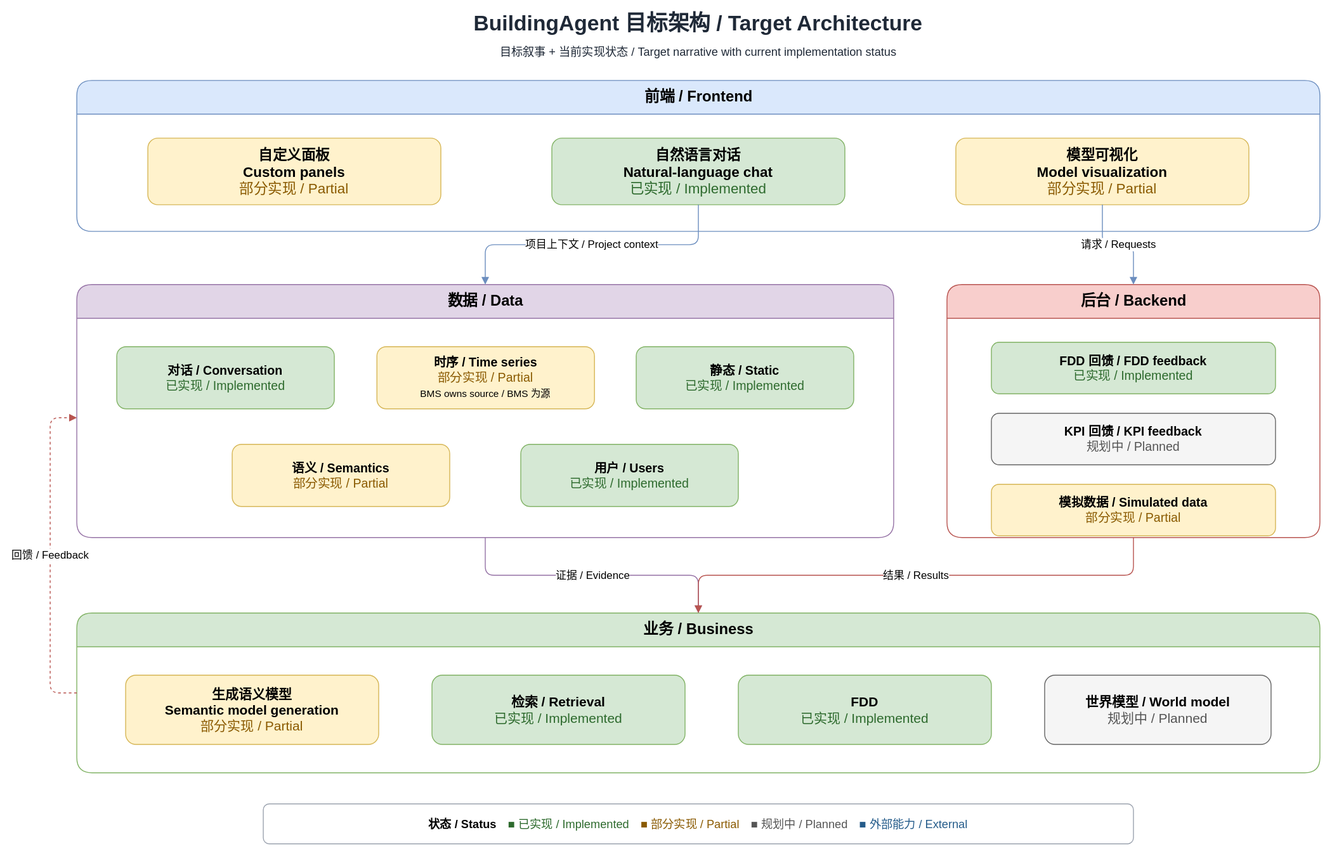
Above: docs/assets/diagrams/target-architecture.drawio.svg in LiMingchen159/BuildingAgent (draw.io), before the change. Source tidied: cells renumbered, new cells last; positions are measured from the earlier drawing's top-left corner, leaving out a move shared by most shapes.
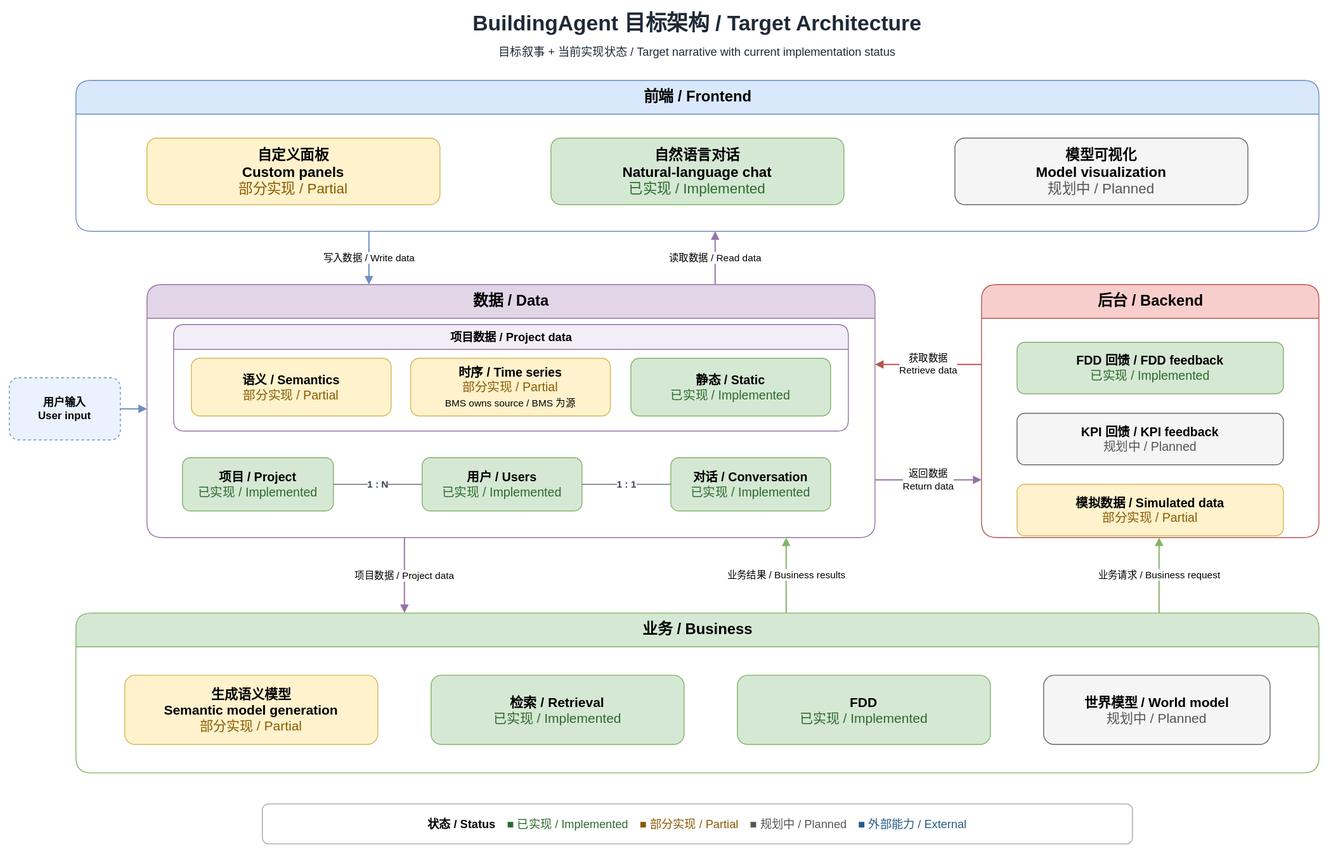
The same diagram one commit later.

Commit message:
docs(architecture): align target architecture flows

Diff of the diagram source:
```diff
@@ -14,38 +14,53 @@
     <mxCell id="5" value="&lt;b&gt;自然语言对话&lt;br&gt;Natural-language chat&lt;/b&gt;&lt;br&gt;&lt;font color=&quot;#2d6a2d&quot;&gt;已实现 / Implemented&lt;/font&gt;" style="rounded=1;whiteSpace=wrap;html=1;fillColor=#d5e8d4;strokeColor=#82b366;fontSize=16;" parent="1" vertex="1">
       <mxGeometry x="565" y="145" width="330" height="75" as="geometry" />
     </mxCell>
-    <mxCell id="6" value="&lt;b&gt;模型可视化&lt;br&gt;Model visualization&lt;/b&gt;&lt;br&gt;&lt;font color=&quot;#8a5a00&quot;&gt;部分实现 / Partial&lt;/font&gt;" style="rounded=1;whiteSpace=wrap;html=1;fillColor=#fff2cc;strokeColor=#d6b656;fontSize=16;" parent="1" vertex="1">
+    <mxCell id="6" value="&lt;b&gt;模型可视化&lt;br&gt;Model visualization&lt;/b&gt;&lt;br&gt;&lt;font color=&quot;#555555&quot;&gt;规划中 / Planned&lt;/font&gt;" style="rounded=1;whiteSpace=wrap;html=1;fillColor=#f5f5f5;strokeColor=#666666;fontSize=16;" parent="1" vertex="1">
       <mxGeometry x="1020" y="145" width="330" height="75" as="geometry" />
     </mxCell>
     <mxCell id="7" value="&lt;b&gt;数据 / Data&lt;/b&gt;" style="swimlane;html=1;rounded=1;startSize=38;horizontal=1;fillColor=#e1d5e7;strokeColor=#9673a6;fontSize=17;fontStyle=1;" parent="1" vertex="1">
-      <mxGeometry x="30" y="310" width="920" height="285" as="geometry" />
+      <mxGeometry x="110" y="310" width="820" height="285" as="geometry" />
     </mxCell>
-    <mxCell id="8" value="&lt;b&gt;对话 / Conversation&lt;/b&gt;&lt;br&gt;&lt;font color=&quot;#2d6a2d&quot;&gt;已实现 / Implemented&lt;/font&gt;" style="rounded=1;whiteSpace=wrap;html=1;fillColor=#d5e8d4;strokeColor=#82b366;fontSize=14;" parent="1" vertex="1">
-      <mxGeometry x="75" y="380" width="245" height="70" as="geometry" />
-    </mxCell>
+    <mxCell id="28" value="&lt;b&gt;项目数据 / Project data&lt;/b&gt;" style="swimlane;html=1;rounded=1;startSize=28;horizontal=1;fillColor=#f3edf7;strokeColor=#9673a6;fontSize=13;fontStyle=1;" parent="7" vertex="1">
+      <mxGeometry x="30" y="45" width="760" height="120" as="geometry" />
+    </mxCell>
+    <mxCell id="11" value="&lt;b&gt;语义 / Semantics&lt;/b&gt;&lt;br&gt;&lt;font color=&quot;#8a5a00&quot;&gt;部分实现 / Partial&lt;/font&gt;" style="rounded=1;whiteSpace=wrap;html=1;fillColor=#fff2cc;strokeColor=#d6b656;fontSize=14;" parent="28" vertex="1">
+      <mxGeometry x="20" y="38" width="225" height="65" as="geometry" />
+    </mxCell>
-    <mxCell id="9" value="&lt;b&gt;时序 / Time series&lt;/b&gt;&lt;br&gt;&lt;font color=&quot;#8a5a00&quot;&gt;部分实现 / Partial&lt;/font&gt;&lt;br&gt;&lt;font style=&quot;font-size:11px&quot;&gt;BMS owns source / BMS 为源&lt;/font&gt;" style="rounded=1;whiteSpace=wrap;html=1;fillColor=#fff2cc;strokeColor=#d6b656;fontSize=14;" parent="1" vertex="1">
-      <mxGeometry x="368" y="380" width="245" height="70" as="geometry" />
+    <mxCell id="9" value="&lt;b&gt;时序 / Time series&lt;/b&gt;&lt;br&gt;&lt;font color=&quot;#8a5a00&quot;&gt;部分实现 / Partial&lt;/font&gt;&lt;br&gt;&lt;font style=&quot;font-size:11px&quot;&gt;BMS owns source / BMS 为源&lt;/font&gt;" style="rounded=1;whiteSpace=wrap;html=1;fillColor=#fff2cc;strokeColor=#d6b656;fontSize=14;" parent="28" vertex="1">
+      <mxGeometry x="267" y="38" width="225" height="65" as="geometry" />
     </mxCell>
-    <mxCell id="10" value="&lt;b&gt;静态 / Static&lt;/b&gt;&lt;br&gt;&lt;font color=&quot;#2d6a2d&quot;&gt;已实现 / Implemented&lt;/font&gt;" style="rounded=1;whiteSpace=wrap;html=1;fillColor=#d5e8d4;strokeColor=#82b366;fontSize=14;" parent="1" vertex="1">
-      <mxGeometry x="660" y="380" width="245" height="70" as="geometry" />
+    <mxCell id="10" value="&lt;b&gt;静态 / Static&lt;/b&gt;&lt;br&gt;&lt;font color=&quot;#2d6a2d&quot;&gt;已实现 / Implemented&lt;/font&gt;" style="rounded=1;whiteSpace=wrap;html=1;fillColor=#d5e8d4;strokeColor=#82b366;fontSize=14;" parent="28" vertex="1">
+      <mxGeometry x="515" y="38" width="225" height="65" as="geometry" />
     </mxCell>
-    <mxCell id="11" value="&lt;b&gt;语义 / Semantics&lt;/b&gt;&lt;br&gt;&lt;font color=&quot;#8a5a00&quot;&gt;部分实现 / Partial&lt;/font&gt;" style="rounded=1;whiteSpace=wrap;html=1;fillColor=#fff2cc;strokeColor=#d6b656;fontSize=14;" parent="1" vertex="1">
-      <mxGeometry x="205" y="490" width="245" height="70" as="geometry" />
-    </mxCell>
+    <mxCell id="29" value="&lt;b&gt;项目 / Project&lt;/b&gt;&lt;br&gt;&lt;font color=&quot;#2d6a2d&quot;&gt;已实现 / Implemented&lt;/font&gt;" style="rounded=1;whiteSpace=wrap;html=1;fillColor=#d5e8d4;strokeColor=#82b366;fontSize=14;" parent="7" vertex="1">
+      <mxGeometry x="40" y="195" width="170" height="60" as="geometry" />
+    </mxCell>
-    <mxCell id="12" value="&lt;b&gt;用户 / Users&lt;/b&gt;&lt;br&gt;&lt;font color=&quot;#2d6a2d&quot;&gt;已实现 / Implemented&lt;/font&gt;" style="rounded=1;whiteSpace=wrap;html=1;fillColor=#d5e8d4;strokeColor=#82b366;fontSize=14;" parent="1" vertex="1">
-      <mxGeometry x="530" y="490" width="245" height="70" as="geometry" />
+    <mxCell id="12" value="&lt;b&gt;用户 / Users&lt;/b&gt;&lt;br&gt;&lt;font color=&quot;#2d6a2d&quot;&gt;已实现 / Implemented&lt;/font&gt;" style="rounded=1;whiteSpace=wrap;html=1;fillColor=#d5e8d4;strokeColor=#82b366;fontSize=14;" parent="7" vertex="1">
+      <mxGeometry x="310" y="195" width="180" height="60" as="geometry" />
     </mxCell>
+    <mxCell id="8" value="&lt;b&gt;对话 / Conversation&lt;/b&gt;&lt;br&gt;&lt;font color=&quot;#2d6a2d&quot;&gt;已实现 / Implemented&lt;/font&gt;" style="rounded=1;whiteSpace=wrap;html=1;fillColor=#d5e8d4;strokeColor=#82b366;fontSize=14;" parent="7" vertex="1">
+      <mxGeometry x="590" y="195" width="180" height="60" as="geometry" />
+    </mxCell>
+    <mxCell id="30" value="1 : N" style="edgeStyle=orthogonalEdgeStyle;rounded=1;html=1;endArrow=none;startArrow=none;strokeColor=#6b7280;fontColor=#374151;fontStyle=1;fontSize=11;labelBackgroundColor=#ffffff;" parent="7" edge="1" source="29" target="12">
+      <mxGeometry relative="1" as="geometry" />
+    </mxCell>
+    <mxCell id="31" value="1 : 1" style="edgeStyle=orthogonalEdgeStyle;rounded=1;html=1;endArrow=none;startArrow=none;strokeColor=#6b7280;fontColor=#374151;fontStyle=1;fontSize=11;labelBackgroundColor=#ffffff;" parent="7" edge="1" source="12" target="8">
+      <mxGeometry relative="1" as="geometry" />
+    </mxCell>
+    <mxCell id="32" value="&lt;b&gt;用户输入&lt;br&gt;User input&lt;/b&gt;" style="rounded=1;whiteSpace=wrap;html=1;fillColor=#eaf2ff;strokeColor=#6c8ebf;dashed=1;fontSize=12;" parent="1" vertex="1">
+      <mxGeometry x="-45" y="415" width="125" height="70" as="geometry" />
+    </mxCell>
     <mxCell id="13" value="&lt;b&gt;后台 / Backend&lt;/b&gt;" style="swimlane;html=1;rounded=1;startSize=38;horizontal=1;fillColor=#f8cecc;strokeColor=#b85450;fontSize=17;fontStyle=1;" parent="1" vertex="1">
-      <mxGeometry x="1010" y="310" width="420" height="285" as="geometry" />
+      <mxGeometry x="1050" y="310" width="380" height="285" as="geometry" />
     </mxCell>
     <mxCell id="14" value="&lt;b&gt;FDD 回馈 / FDD feedback&lt;/b&gt;&lt;br&gt;&lt;font color=&quot;#2d6a2d&quot;&gt;已实现 / Implemented&lt;/font&gt;" style="rounded=1;whiteSpace=wrap;html=1;fillColor=#d5e8d4;strokeColor=#82b366;fontSize=14;" parent="1" vertex="1">
-      <mxGeometry x="1060" y="375" width="320" height="58" as="geometry" />
+      <mxGeometry x="1090" y="375" width="300" height="58" as="geometry" />
     </mxCell>
     <mxCell id="15" value="&lt;b&gt;KPI 回馈 / KPI feedback&lt;/b&gt;&lt;br&gt;&lt;font color=&quot;#555555&quot;&gt;规划中 / Planned&lt;/font&gt;" style="rounded=1;whiteSpace=wrap;html=1;fillColor=#f5f5f5;strokeColor=#666666;fontSize=14;" parent="1" vertex="1">
-      <mxGeometry x="1060" y="455" width="320" height="58" as="geometry" />
+      <mxGeometry x="1090" y="455" width="300" height="58" as="geometry" />
     </mxCell>
     <mxCell id="16" value="&lt;b&gt;模拟数据 / Simulated data&lt;/b&gt;&lt;br&gt;&lt;font color=&quot;#8a5a00&quot;&gt;部分实现 / Partial&lt;/font&gt;" style="rounded=1;whiteSpace=wrap;html=1;fillColor=#fff2cc;strokeColor=#d6b656;fontSize=14;" parent="1" vertex="1">
-      <mxGeometry x="1060" y="535" width="320" height="58" as="geometry" />
+      <mxGeometry x="1090" y="535" width="300" height="58" as="geometry" />
     </mxCell>
     <mxCell id="17" value="&lt;b&gt;业务 / Business&lt;/b&gt;" style="swimlane;html=1;rounded=1;startSize=38;horizontal=1;fillColor=#d5e8d4;strokeColor=#82b366;fontSize=17;fontStyle=1;" parent="1" vertex="1">
       <mxGeometry x="30" y="680" width="1400" height="180" as="geometry" />
@@ -62,26 +77,30 @@
     <mxCell id="21" value="&lt;b&gt;世界模型 / World model&lt;/b&gt;&lt;br&gt;&lt;font color=&quot;#555555&quot;&gt;规划中 / Planned&lt;/font&gt;" style="rounded=1;whiteSpace=wrap;html=1;fillColor=#f5f5f5;strokeColor=#666666;fontSize=15;" parent="1" vertex="1">
       <mxGeometry x="1120" y="750" width="255" height="78" as="geometry" />
     </mxCell>
+    <mxCell id="33" style="edgeStyle=orthogonalEdgeStyle;rounded=1;jettySize=auto;html=1;endArrow=block;endFill=1;strokeColor=#6c8ebf;strokeWidth=1.4;exitX=1;exitY=0.5;entryX=0;entryY=0.4912;exitPerimeter=1;entryPerimeter=1;" parent="1" edge="1" source="32" target="7">
+      <mxGeometry relative="1" as="geometry" />
+    </mxCell>
-    <mxCell id="22" value="项目上下文 / Project context" style="edgeStyle=orthogonalEdgeStyle;rounded=1;jettySize=auto;html=1;endArrow=block;strokeColor=#6c8ebf;fontSize=12;" parent="1" edge="1" source="5" target="7">
+    <mxCell id="22" value="写入数据 / Write data" style="edgeStyle=orthogonalEdgeStyle;rounded=1;jettySize=auto;html=1;endArrow=block;endFill=1;strokeColor=#6c8ebf;strokeWidth=1.4;fontSize=11;labelBackgroundColor=#ffffff;exitX=0.2357;exitY=1;entryX=0.3049;entryY=0;exitPerimeter=1;entryPerimeter=1;" parent="1" edge="1" source="3" target="7">
       <mxGeometry relative="1" as="geometry" />
     </mxCell>
-    <mxCell id="23" value="请求 / Requests" style="edgeStyle=orthogonalEdgeStyle;rounded=1;jettySize=auto;html=1;endArrow=block;strokeColor=#6c8ebf;fontSize=12;" parent="1" edge="1" source="6" target="13">
-      <mxGeometry relative="1" as="geometry" />
-    </mxCell>
+    <mxCell id="34" value="读取数据 / Read data" style="edgeStyle=orthogonalEdgeStyle;rounded=1;jettySize=auto;html=1;endArrow=block;endFill=1;strokeColor=#9673a6;strokeWidth=1.4;fontSize=11;labelBackgroundColor=#ffffff;exitX=0.7805;exitY=0;entryX=0.5143;entryY=1;exitPerimeter=1;entryPerimeter=1;" parent="1" edge="1" source="7" target="3">
+      <mxGeometry relative="1" as="geometry" />
+    </mxCell>
-    <mxCell id="24" value="证据 / Evidence" style="edgeStyle=orthogonalEdgeStyle;rounded=1;jettySize=auto;html=1;endArrow=block;strokeColor=#9673a6;fontSize=12;" parent="1" edge="1" source="7" target="17">
+    <mxCell id="24" value="项目数据 / Project data" style="edgeStyle=orthogonalEdgeStyle;rounded=1;jettySize=auto;html=1;endArrow=block;endFill=1;strokeColor=#9673a6;strokeWidth=1.4;fontSize=11;labelBackgroundColor=#ffffff;exitX=0.3537;exitY=1;entryX=0.2643;entryY=0;exitPerimeter=1;entryPerimeter=1;" parent="1" edge="1" source="7" target="17">
       <mxGeometry relative="1" as="geometry" />
     </mxCell>
-    <mxCell id="25" value="结果 / Results" style="edgeStyle=orthogonalEdgeStyle;rounded=1;jettySize=auto;html=1;endArrow=block;strokeColor=#b85450;fontSize=12;" parent="1" edge="1" source="13" target="17">
-      <mxGeometry relative="1" as="geometry" />
-    </mxCell>
-    <mxCell id="26" value="回馈 / Feedback" style="edgeStyle=orthogonalEdgeStyle;rounded=1;jettySize=auto;html=1;endArrow=block;dashed=1;strokeColor=#b85450;fontSize=12;" parent="1" edge="1" source="17" target="7">
-      <mxGeometry relative="1" as="geometry">
-        <Array as="points">
-          <mxPoint y="770" />
-          <mxPoint y="460" />
-        </Array>
-      </mxGeometry>
+    <mxCell id="26" value="业务结果 / Business results" style="edgeStyle=orthogonalEdgeStyle;rounded=1;jettySize=auto;html=1;endArrow=block;endFill=1;strokeColor=#82b366;strokeWidth=1.4;fontSize=11;labelBackgroundColor=#ffffff;exitX=0.5714;exitY=0;entryX=0.878;entryY=1;exitPerimeter=1;entryPerimeter=1;" parent="1" edge="1" source="17" target="7">
+      <mxGeometry relative="1" as="geometry" />
     </mxCell>
+    <mxCell id="35" value="业务请求 / Business request" style="edgeStyle=orthogonalEdgeStyle;rounded=1;jettySize=auto;html=1;endArrow=block;endFill=1;strokeColor=#82b366;strokeWidth=1.4;fontSize=11;labelBackgroundColor=#ffffff;exitX=0.8714;exitY=0;entryX=0.5263;entryY=1;exitPerimeter=1;entryPerimeter=1;" parent="1" edge="1" source="17" target="13">
+      <mxGeometry relative="1" as="geometry" />
+    </mxCell>
+    <mxCell id="36" value="获取数据&lt;br&gt;Retrieve data" style="edgeStyle=orthogonalEdgeStyle;rounded=1;jettySize=auto;html=1;endArrow=block;endFill=1;strokeColor=#b85450;strokeWidth=1.4;fontSize=11;labelBackgroundColor=#ffffff;exitX=0;exitY=0.3158;entryX=1;entryY=0.3158;exitPerimeter=1;entryPerimeter=1;" parent="1" edge="1" source="13" target="7">
+      <mxGeometry relative="1" as="geometry" />
+    </mxCell>
+    <mxCell id="37" value="返回数据&lt;br&gt;Return data" style="edgeStyle=orthogonalEdgeStyle;rounded=1;jettySize=auto;html=1;endArrow=block;endFill=1;strokeColor=#9673a6;strokeWidth=1.4;fontSize=11;labelBackgroundColor=#ffffff;exitX=1;exitY=0.7719;entryX=0;entryY=0.7719;exitPerimeter=1;entryPerimeter=1;" parent="1" edge="1" source="7" target="13">
+      <mxGeometry relative="1" as="geometry" />
+    </mxCell>
     <mxCell id="27" value="&lt;b&gt;状态 / Status&lt;/b&gt;　&lt;font color=&quot;#2d6a2d&quot;&gt;■ 已实现 / Implemented&lt;/font&gt;　&lt;font color=&quot;#8a5a00&quot;&gt;■ 部分实现 / Partial&lt;/font&gt;　&lt;font color=&quot;#555555&quot;&gt;■ 规划中 / Planned&lt;/font&gt;　&lt;font color=&quot;#245b8a&quot;&gt;■ 外部能力 / External&lt;/font&gt;" style="rounded=1;whiteSpace=wrap;html=1;fillColor=#ffffff;strokeColor=#9ca3af;fontSize=13;align=center;" parent="1" vertex="1">
       <mxGeometry x="240" y="895" width="980" height="45" as="geometry" />
     </mxCell>
```
